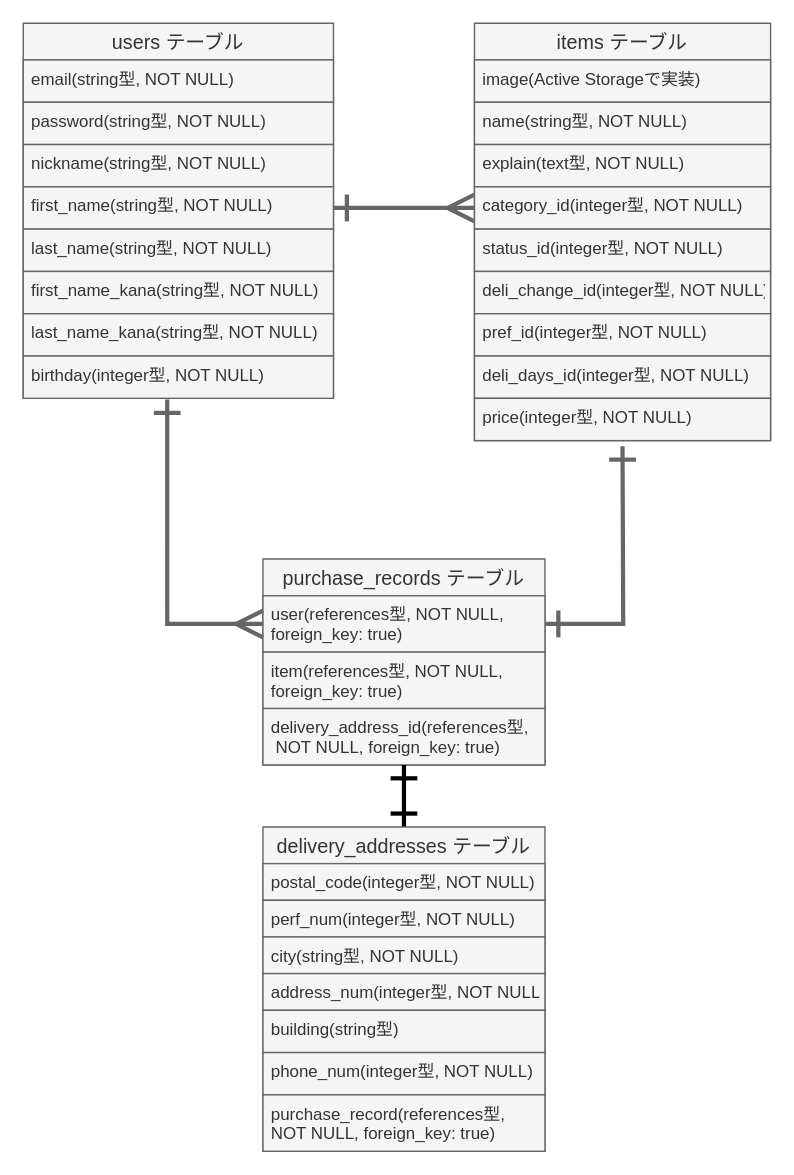
The draw.io diagram furima.dio in xiangma0531/furima-35533, before the edit. Source tidied: cells renumbered, new cells numbered last; positions are measured from the earlier drawing's top-left corner, leaving out a move shared by most shapes. Both pictures are drawn from the tidied source at 141%, with x=0, y=0 at pixel (23, 23).
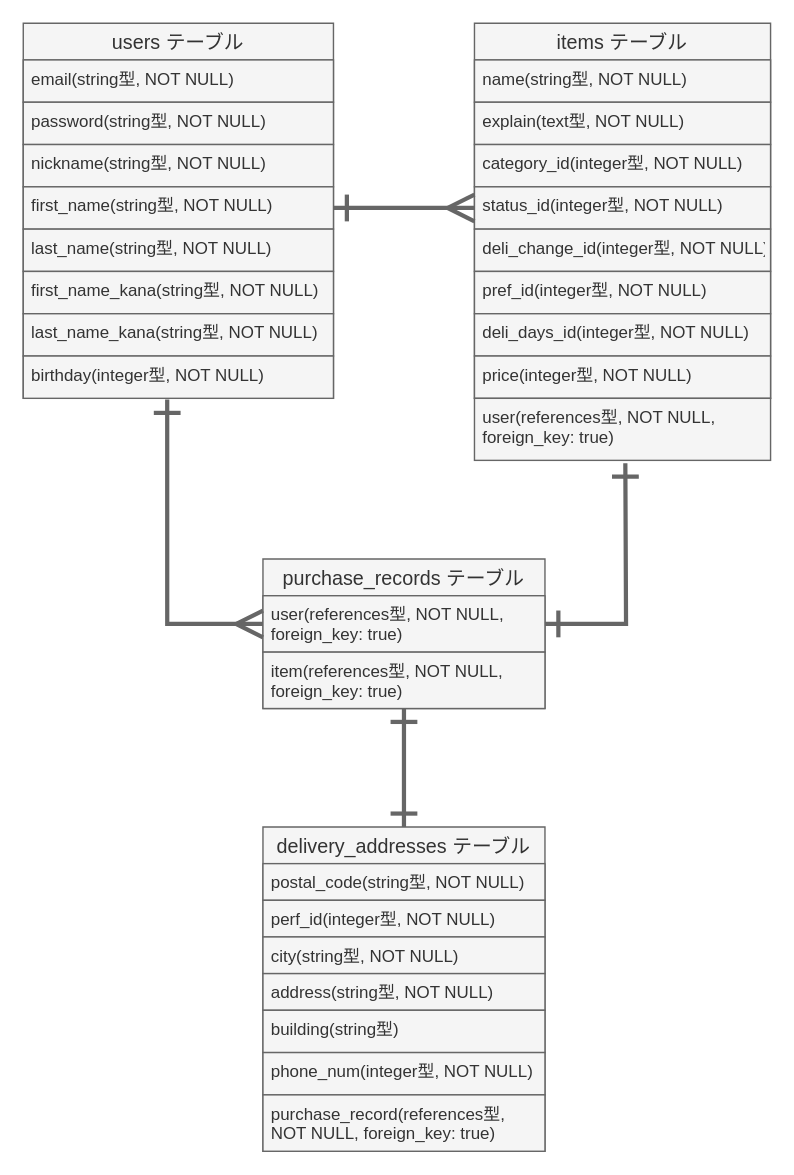
After the change.

Commit message (it also covers changes not shown here):
ER図とREADMEの修正(2回目)

The change refers to these unchanged cells:
```xml
<mxCell id="6" value="first_name(string型, NOT NULL)" style="text;strokeColor=#666666;fillColor=#f5f5f5;spacingLeft=4;spacingRight=4;overflow=hidden;points=[[0,0.5],[1,0.5]];portConstraint=eastwest;fontSize=12;fontStyle=0;fontColor=#333333;" parent="2" vertex="1">
  <mxGeometry y="116" width="220" height="30" as="geometry" />
</mxCell>
<mxCell id="22" value="user(references型, NOT NULL,&#10;foreign_key: true)" style="text;strokeColor=#666666;fillColor=#f5f5f5;spacingLeft=4;spacingRight=4;overflow=hidden;points=[[0,0.5],[1,0.5]];portConstraint=eastwest;fontSize=12;fontColor=#333333;" parent="21" vertex="1">
  <mxGeometry y="26" width="200" height="40" as="geometry" />
</mxCell>
<mxCell id="29" value="delivery_addresses テーブル" style="swimlane;fontStyle=0;horizontal=1;startSize=26;align=center;fontSize=14;fillColor=#f5f5f5;strokeColor=#666666;fontColor=#333333;" parent="1" vertex="1">
  <mxGeometry x="170" y="570" width="200" height="230" as="geometry" />
</mxCell>
```

Change to the diagram source:
```diff
@@
     <mxCell id="11" value="items テーブル" style="swimlane;fontStyle=0;horizontal=1;startSize=26;align=center;fontSize=14;fillColor=#f5f5f5;strokeColor=#666666;fontColor=#333333;" parent="1" vertex="1">
-      <mxGeometry x="320" width="210" height="296" as="geometry" />
+      <mxGeometry x="320" width="210" height="266" as="geometry" />
     </mxCell>
-    <mxCell id="12" value="image(Active Storageで実装)" style="text;strokeColor=#666666;fillColor=#f5f5f5;spacingLeft=4;spacingRight=4;overflow=hidden;fontSize=12;fontColor=#333333;" parent="11" vertex="1">
-      <mxGeometry y="26" width="210" height="30" as="geometry" />
-    </mxCell>
     <mxCell id="13" value="name(string型, NOT NULL)" style="text;strokeColor=#666666;fillColor=#f5f5f5;spacingLeft=4;spacingRight=4;overflow=hidden;fontSize=12;fontColor=#333333;" parent="11" vertex="1">
-      <mxGeometry y="56" width="210" height="30" as="geometry" />
+      <mxGeometry y="26" width="210" height="30" as="geometry" />
     </mxCell>
     <mxCell id="14" value="explain(text型, NOT NULL)" style="text;strokeColor=#666666;fillColor=#f5f5f5;spacingLeft=4;spacingRight=4;overflow=hidden;fontSize=12;fontColor=#333333;" parent="11" vertex="1">
-      <mxGeometry y="86" width="210" height="30" as="geometry" />
+      <mxGeometry y="56" width="210" height="30" as="geometry" />
     </mxCell>
     <mxCell id="15" value="category_id(integer型, NOT NULL)" style="text;strokeColor=#666666;fillColor=#f5f5f5;spacingLeft=4;spacingRight=4;overflow=hidden;points=[[0,0.5],[1,0.5]];portConstraint=eastwest;fontSize=12;fontColor=#333333;" parent="11" vertex="1">
-      <mxGeometry y="116" width="210" height="30" as="geometry" />
+      <mxGeometry y="86" width="210" height="30" as="geometry" />
     </mxCell>
     <mxCell id="16" value="status_id(integer型, NOT NULL)" style="text;strokeColor=#666666;fillColor=#f5f5f5;spacingLeft=4;spacingRight=4;overflow=hidden;points=[[0,0.5],[1,0.5]];portConstraint=eastwest;fontSize=12;fontColor=#333333;" parent="11" vertex="1">
-      <mxGeometry y="146" width="210" height="30" as="geometry" />
+      <mxGeometry y="116" width="210" height="30" as="geometry" />
     </mxCell>
     <mxCell id="17" value="deli_change_id(integer型, NOT NULL)" style="text;strokeColor=#666666;fillColor=#f5f5f5;spacingLeft=4;spacingRight=4;overflow=hidden;fontSize=12;fontColor=#333333;" parent="11" vertex="1">
-      <mxGeometry y="176" width="210" height="30" as="geometry" />
+      <mxGeometry y="146" width="210" height="30" as="geometry" />
     </mxCell>
     <mxCell id="18" value="pref_id(integer型, NOT NULL)" style="text;strokeColor=#666666;fillColor=#f5f5f5;spacingLeft=4;spacingRight=4;overflow=hidden;fontSize=12;fontColor=#333333;" parent="11" vertex="1">
-      <mxGeometry y="206" width="210" height="30" as="geometry" />
+      <mxGeometry y="176" width="210" height="30" as="geometry" />
     </mxCell>
     <mxCell id="19" value="deli_days_id(integer型, NOT NULL)" style="text;spacingLeft=4;spacingRight=4;overflow=hidden;fontSize=12;fillColor=#f5f5f5;strokeColor=#666666;fontColor=#333333;" parent="11" vertex="1">
-      <mxGeometry y="236" width="210" height="30" as="geometry" />
+      <mxGeometry y="206" width="210" height="30" as="geometry" />
     </mxCell>
     <mxCell id="20" value="price(integer型, NOT NULL)" style="text;strokeColor=#666666;fillColor=#f5f5f5;spacingLeft=4;spacingRight=4;overflow=hidden;fontSize=12;fontColor=#333333;" parent="11" vertex="1">
-      <mxGeometry y="266" width="210" height="30" as="geometry" />
+      <mxGeometry y="236" width="210" height="30" as="geometry" />
     </mxCell>
     <mxCell id="21" value="purchase_records テーブル" style="swimlane;fontStyle=0;horizontal=1;startSize=26;align=center;fontSize=14;fillColor=#f5f5f5;strokeColor=#666666;fontColor=#333333;" parent="1" vertex="1">
-      <mxGeometry x="170" y="380" width="200" height="146" as="geometry" />
+      <mxGeometry x="170" y="380" width="200" height="106" as="geometry" />
     </mxCell>
@@
-    <mxCell id="24" value="delivery_address_id(references型,&#10; NOT NULL, foreign_key: true)" style="text;strokeColor=#666666;fillColor=#f5f5f5;spacingLeft=4;spacingRight=4;overflow=hidden;fontSize=12;fontColor=#333333;" parent="21" vertex="1">
-      <mxGeometry y="106" width="200" height="40" as="geometry" />
-    </mxCell>
-    <mxCell id="25" style="edgeStyle=orthogonalEdgeStyle;rounded=0;jettySize=auto;html=1;entryX=0;entryY=0.5;entryDx=0;entryDy=0;startArrow=ERone;startFill=0;endArrow=ERmany;endFill=0;endSize=15;startSize=15;targetPerimeterSpacing=0;strokeWidth=3;fillColor=#f5f5f5;strokeColor=#666666;" parent="1" edge="1" source="6" target="15">
+    <mxCell id="25" style="edgeStyle=orthogonalEdgeStyle;rounded=0;jettySize=auto;html=1;entryX=0;entryY=0.5;entryDx=0;entryDy=0;startArrow=ERone;startFill=0;endArrow=ERmany;endFill=0;endSize=15;startSize=15;targetPerimeterSpacing=0;strokeWidth=3;fillColor=#f5f5f5;strokeColor=#666666;" parent="1" edge="1" source="6" target="16">
       <mxGeometry relative="1" as="geometry" />
     </mxCell>
@@
     <mxCell id="27" style="edgeStyle=orthogonalEdgeStyle;rounded=0;jettySize=auto;html=1;entryX=1;entryY=0.5;entryDx=0;entryDy=0;startArrow=ERone;startFill=0;startSize=15;endArrow=ERone;endFill=0;endSize=15;targetPerimeterSpacing=0;strokeWidth=3;fillColor=#f5f5f5;strokeColor=#666666;" parent="1" edge="1" target="22">
       <mxGeometry relative="1" as="geometry">
-        <mxPoint x="425" y="300" as="sourcePoint" />
+        <mxPoint x="427" y="312" as="sourcePoint" />
       </mxGeometry>
     </mxCell>
-    <mxCell id="28" style="edgeStyle=orthogonalEdgeStyle;rounded=0;jettySize=auto;html=1;entryX=0.5;entryY=1;entryDx=0;entryDy=0;startArrow=ERone;startFill=0;startSize=15;endArrow=ERone;endFill=0;endSize=15;targetPerimeterSpacing=0;strokeWidth=3;" parent="1" edge="1" source="29" target="21">
+    <mxCell id="28" style="edgeStyle=orthogonalEdgeStyle;rounded=0;jettySize=auto;html=1;entryX=0.5;entryY=1;entryDx=0;entryDy=0;startArrow=ERone;startFill=0;startSize=15;endArrow=ERone;endFill=0;endSize=15;targetPerimeterSpacing=0;strokeWidth=3;fillColor=#f5f5f5;strokeColor=#666666;" parent="1" edge="1" source="29" target="21">
       <mxGeometry relative="1" as="geometry" />
     </mxCell>
@@
-    <mxCell id="30" value="postal_code(integer型, NOT NULL)" style="text;strokeColor=#666666;fillColor=#f5f5f5;spacingLeft=4;spacingRight=4;overflow=hidden;fontSize=12;fontColor=#333333;" parent="29" vertex="1">
+    <mxCell id="30" value="postal_code(string型, NOT NULL)" style="text;strokeColor=#666666;fillColor=#f5f5f5;spacingLeft=4;spacingRight=4;overflow=hidden;fontSize=12;fontColor=#333333;" parent="29" vertex="1">
       <mxGeometry y="26" width="200" height="26" as="geometry" />
     </mxCell>
-    <mxCell id="31" value="perf_num(integer型, NOT NULL)" style="text;strokeColor=#666666;fillColor=#f5f5f5;spacingLeft=4;spacingRight=4;overflow=hidden;fontSize=12;fontColor=#333333;" parent="29" vertex="1">
+    <mxCell id="31" value="perf_id(integer型, NOT NULL)" style="text;strokeColor=#666666;fillColor=#f5f5f5;spacingLeft=4;spacingRight=4;overflow=hidden;fontSize=12;fontColor=#333333;" parent="29" vertex="1">
       <mxGeometry y="52" width="200" height="26" as="geometry" />
     </mxCell>
@@
-    <mxCell id="33" value="address_num(integer型, NOT NULL)" style="text;strokeColor=#666666;fillColor=#f5f5f5;spacingLeft=4;spacingRight=4;overflow=hidden;fontSize=12;fontColor=#333333;" parent="29" vertex="1">
+    <mxCell id="33" value="address(string型, NOT NULL)" style="text;strokeColor=#666666;fillColor=#f5f5f5;spacingLeft=4;spacingRight=4;overflow=hidden;fontSize=12;fontColor=#333333;" parent="29" vertex="1">
       <mxGeometry y="104" width="200" height="26" as="geometry" />
     </mxCell>
@@
+    <mxCell id="12" value="user(references型, NOT NULL,&#10;foreign_key: true)" style="text;strokeColor=#666666;fillColor=#f5f5f5;spacingLeft=4;spacingRight=4;overflow=hidden;fontSize=12;fontColor=#333333;" parent="1" vertex="1">
+      <mxGeometry x="320" y="266" width="210" height="44" as="geometry" />
+    </mxCell>
```
